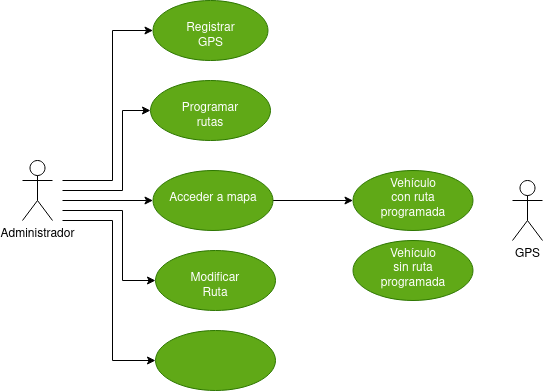
colidom/ets keeps this draw.io diagram as Tareas/Tarea3/img/GpsPuerto.drawio.png. Above is the earlier version. Source tidied: cells renumbered, new cells last; positions are measured from the earlier drawing's top-left corner, leaving out a move shared by most shapes.
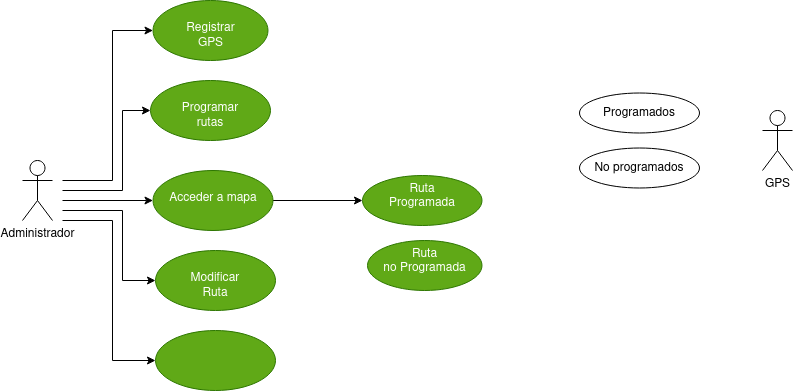
After the change.

Change to the diagram source:
```diff
@@ -15,7 +15,7 @@
       <mxGeometry y="160" width="30" height="60" as="geometry" />
     </mxCell>
     <mxCell id="4" value="GPS" style="shape=umlActor;verticalLabelPosition=bottom;verticalAlign=top;html=1;" parent="1" vertex="1">
-      <mxGeometry x="490" y="180" width="30" height="60" as="geometry" />
+      <mxGeometry x="740" y="110" width="30" height="60" as="geometry" />
     </mxCell>
     <mxCell id="5" value="&lt;div&gt;&lt;br&gt;&lt;/div&gt;&lt;div&gt;Registrar&lt;/div&gt;&lt;div&gt;GPS&lt;br&gt;&lt;/div&gt;" style="ellipse;whiteSpace=wrap;html=1;verticalAlign=top;fillColor=#60a917;fontColor=#ffffff;strokeColor=#2D7600;" parent="1" vertex="1">
       <mxGeometry x="130.5" width="115" height="60" as="geometry" />
@@ -68,11 +68,17 @@
         </Array>
       </mxGeometry>
     </mxCell>
-    <mxCell id="15" value="&lt;div&gt;Vehículo&lt;/div&gt;&lt;div&gt;con ruta&lt;/div&gt;&lt;div&gt;programada&lt;br&gt;&lt;/div&gt;" style="ellipse;whiteSpace=wrap;html=1;verticalAlign=top;fillColor=#60a917;strokeColor=#2D7600;fontColor=#ffffff;" parent="1" vertex="1">
-      <mxGeometry x="330.5" y="170" width="120" height="60" as="geometry" />
+    <mxCell id="15" value="&lt;div&gt;Ruta&lt;/div&gt;&lt;div&gt;Programada&lt;br&gt;&lt;/div&gt;" style="ellipse;whiteSpace=wrap;html=1;verticalAlign=top;fillColor=#60a917;strokeColor=#2D7600;fontColor=#ffffff;" parent="1" vertex="1">
+      <mxGeometry x="340" y="175" width="119.5" height="50" as="geometry" />
     </mxCell>
-    <mxCell id="16" value="&lt;div&gt;Vehículo&lt;/div&gt;&lt;div&gt;sin ruta&lt;/div&gt;&lt;div&gt;programada&lt;br&gt;&lt;/div&gt;" style="ellipse;whiteSpace=wrap;html=1;verticalAlign=top;fillColor=#60a917;strokeColor=#2D7600;fontColor=#ffffff;" parent="1" vertex="1">
-      <mxGeometry x="330.5" y="240" width="120" height="60" as="geometry" />
+    <mxCell id="16" value="&lt;div&gt;Ruta &lt;br&gt;&lt;/div&gt;&lt;div&gt;no Programada&lt;/div&gt;" style="ellipse;whiteSpace=wrap;html=1;verticalAlign=top;fillColor=#60a917;strokeColor=#2D7600;fontColor=#ffffff;" parent="1" vertex="1">
+      <mxGeometry x="345" y="240" width="114.5" height="50" as="geometry" />
     </mxCell>
+    <mxCell id="17" value="Programados" style="ellipse;whiteSpace=wrap;html=1;" parent="1" vertex="1">
+      <mxGeometry x="557" y="92.5" width="120" height="40" as="geometry" />
+    </mxCell>
+    <mxCell id="18" value="No programados" style="ellipse;whiteSpace=wrap;html=1;" parent="1" vertex="1">
+      <mxGeometry x="557" y="147.5" width="120" height="40" as="geometry" />
+    </mxCell>
   </root>
 </mxGraphModel>
```
